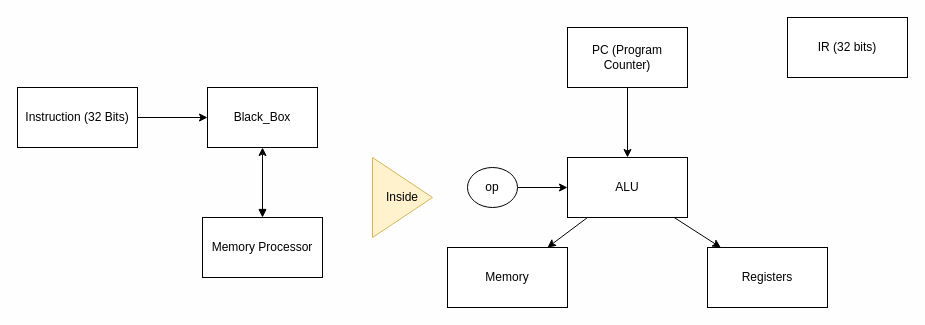
Earlier version of the draw.io diagram Research/diagrams/ideas/basic_intpath.drawio (ItsAKanifee/GPU). Source tidied: cells renumbered, new cells numbered last; positions are measured from the earlier drawing's top-left corner, leaving out a move shared by most shapes. Both pictures are drawn from the tidied source at 100%, with x=0, y=0 at pixel (17, 17).
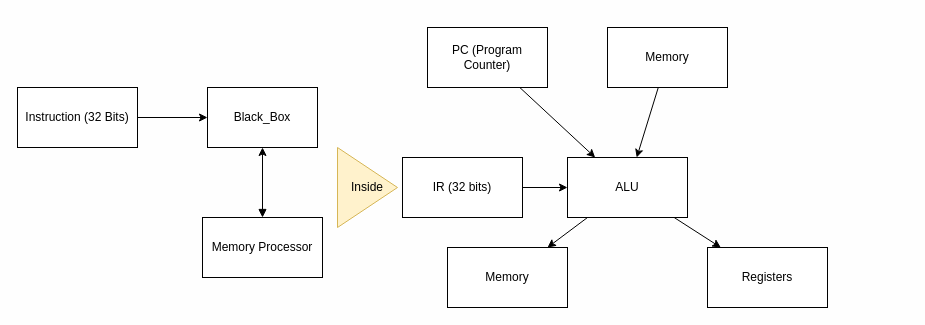
The same page after the edit.

Commit message:
Update basic_intpath diagram layout and adjust component positions for clarity

The edit, as a diff of the source:
```diff
@@
 <mxGraphModel background="#FEFEFE">
   <root>
     <mxCell id="0" />
     <mxCell id="1" parent="0" />
     <mxCell id="2" value="Black_Box" style="rounded=0;whiteSpace=wrap;html=1;" parent="1" vertex="1">
       <mxGeometry x="190" y="70" width="110" height="60" as="geometry" />
     </mxCell>
     <mxCell id="3" style="edgeStyle=none;html=1;startArrow=block;startFill=1;" parent="1" edge="1" source="4" target="2">
       <mxGeometry relative="1" as="geometry" />
     </mxCell>
     <mxCell id="4" value="Memory Processor" style="rounded=0;whiteSpace=wrap;html=1;" parent="1" vertex="1">
       <mxGeometry x="185" y="200" width="120" height="60" as="geometry" />
     </mxCell>
     <mxCell id="5" value="Inside" style="triangle;whiteSpace=wrap;html=1;fillColor=#fff2cc;strokeColor=#d6b656;" parent="1" vertex="1">
-      <mxGeometry x="355" y="140" width="60" height="80" as="geometry" />
+      <mxGeometry x="320" y="130" width="60" height="80" as="geometry" />
     </mxCell>
     <mxCell id="6" style="edgeStyle=none;html=1;" parent="1" edge="1" source="8" target="9">
       <mxGeometry relative="1" as="geometry" />
     </mxCell>
     <mxCell id="7" style="edgeStyle=none;html=1;" parent="1" edge="1" source="8" target="10">
       <mxGeometry relative="1" as="geometry" />
     </mxCell>
     <mxCell id="8" value="ALU" style="rounded=0;whiteSpace=wrap;html=1;" parent="1" vertex="1">
       <mxGeometry x="550" y="140" width="120" height="60" as="geometry" />
     </mxCell>
     <mxCell id="9" value="Registers" style="rounded=0;whiteSpace=wrap;html=1;" parent="1" vertex="1">
       <mxGeometry x="690" y="230" width="120" height="60" as="geometry" />
     </mxCell>
     <mxCell id="10" value="Memory" style="rounded=0;whiteSpace=wrap;html=1;" parent="1" vertex="1">
       <mxGeometry x="430" y="230" width="120" height="60" as="geometry" />
     </mxCell>
-    <mxCell id="11" style="edgeStyle=none;html=1;" parent="1" edge="1" source="12" target="8">
-      <mxGeometry relative="1" as="geometry" />
+    <mxCell id="11" style="edgeStyle=none;html=1;" parent="1" edge="1" target="8">
+      <mxGeometry relative="1" as="geometry">
+        <mxPoint x="500" y="170" as="sourcePoint" />
+      </mxGeometry>
     </mxCell>
-    <mxCell id="12" value="op" style="ellipse;whiteSpace=wrap;html=1;" parent="1" vertex="1">
-      <mxGeometry x="450" y="150" width="50" height="40" as="geometry" />
-    </mxCell>
     <mxCell id="13" style="edgeStyle=none;html=1;" parent="1" edge="1" source="14" target="2">
       <mxGeometry relative="1" as="geometry" />
     </mxCell>
     <mxCell id="14" value="Instruction (32 Bits)" style="rounded=0;whiteSpace=wrap;html=1;" parent="1" vertex="1">
       <mxGeometry y="70" width="120" height="60" as="geometry" />
     </mxCell>
     <mxCell id="15" style="edgeStyle=none;html=1;" parent="1" edge="1" source="16" target="8">
       <mxGeometry relative="1" as="geometry" />
     </mxCell>
     <mxCell id="16" value="PC (Program Counter)" style="rounded=0;whiteSpace=wrap;html=1;" parent="1" vertex="1">
-      <mxGeometry x="550" y="10" width="120" height="60" as="geometry" />
+      <mxGeometry x="410" y="10" width="120" height="60" as="geometry" />
     </mxCell>
     <mxCell id="17" value="IR (32 bits)" style="rounded=0;whiteSpace=wrap;html=1;" parent="1" vertex="1">
-      <mxGeometry x="770" width="120" height="60" as="geometry" />
+      <mxGeometry x="385" y="140" width="120" height="60" as="geometry" />
     </mxCell>
+    <mxCell id="18" style="edgeStyle=none;html=1;" parent="1" edge="1" source="19" target="8">
+      <mxGeometry relative="1" as="geometry" />
+    </mxCell>
+    <mxCell id="19" value="Memory" style="rounded=0;whiteSpace=wrap;html=1;" parent="1" vertex="1">
+      <mxGeometry x="590" y="10" width="120" height="60" as="geometry" />
+    </mxCell>
   </root>
 </mxGraphModel>
```
